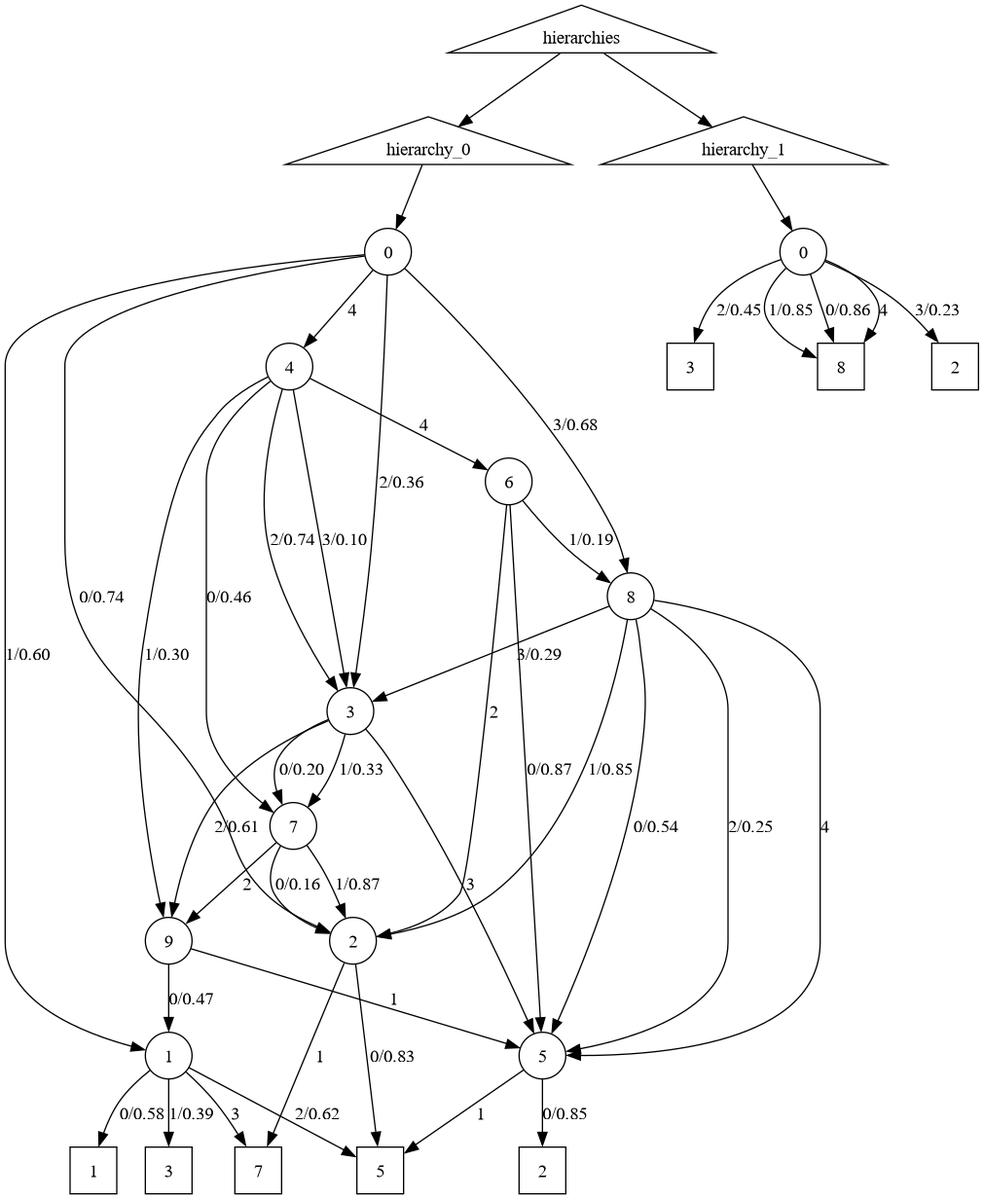
Earlier version of the Graphviz export work/causations.png (morphognosis/Mandala). Its source is kept beside it as work/causations.dot. Its diagram source:
```dot
digraph causations {
hierarchies [label="hierarchies", shape=triangle];
h0_t5 [label="5", shape=square];
h0_nt7 [label="7", shape=circle];
h0_nt1 [label="1", shape=circle];
h0_nt8 [label="8", shape=circle];
h0_nt6 [label="6", shape=circle];
h0_nt2 [label="2", shape=circle];
h0_nt0 [label="0", shape=circle];
h0_nt4 [label="4", shape=circle];
h0 [label="hierarchy_0", shape=triangle];
h0_t2 [label="2", shape=square];
h0_t1 [label="1", shape=square];
h0_nt3 [label="3", shape=circle];
h0_nt5 [label="5", shape=circle];
h0_t3 [label="3", shape=square];
h0_nt9 [label="9", shape=circle];
h0_t7 [label="7", shape=square];
h0_nt0 -> h0_nt2 [label="0/0.74"];
h0_nt1 -> h0_t3 [label="1/0.39"];
h0_nt1 -> h0_t7 [label="3"];
h0_nt0 -> h0_nt3 [label="2/0.36"];
h0_nt0 -> h0_nt1 [label="1/0.60"];
h0_nt5 -> h0_t5 [label="1"];
h0_nt0 -> h0_nt4 [label="4"];
h0_nt2 -> h0_t5 [label="0/0.83"];
h0_nt6 -> h0_nt5 [label="0/0.87"];
h0_nt8 -> h0_nt3 [label="3/0.29"];
h0_nt1 -> h0_t5 [label="2/0.62"];
h0_nt4 -> h0_nt6 [label="4"];
h0_nt2 -> h0_t7 [label="1"];
h0_nt3 -> h0_nt5 [label="3"];
h0_nt8 -> h0_nt5 [label="0/0.54"];
h0_nt8 -> h0_nt5 [label="2/0.25"];
h0_nt9 -> h0_nt1 [label="0/0.47"];
h0_nt4 -> h0_nt3 [label="3/0.10"];
h0_nt1 -> h0_t1 [label="0/0.58"];
h0_nt3 -> h0_nt9 [label="2/0.61"];
h0_nt4 -> h0_nt7 [label="0/0.46"];
h0_nt4 -> h0_nt9 [label="1/0.30"];
h0_nt7 -> h0_nt2 [label="1/0.87"];
h0_nt7 -> h0_nt2 [label="0/0.16"];
h0_nt8 -> h0_nt2 [label="1/0.85"];
h0_nt3 -> h0_nt7 [label="1/0.33"];
h0_nt8 -> h0_nt5 [label="4"];
h0_nt4 -> h0_nt3 [label="2/0.74"];
h0_nt9 -> h0_nt5 [label="1"];
h0_nt6 -> h0_nt2 [label="2"];
h0_nt6 -> h0_nt8 [label="1/0.19"];
h0 -> h0_nt0
h0_nt7 -> h0_nt9 [label="2"];
hierarchies -> h0
h0_nt5 -> h0_t2 [label="0/0.85"];
h0_nt3 -> h0_nt7 [label="0/0.20"];
h0_nt0 -> h0_nt8 [label="3/0.68"];
h1_nt0 [label="0", shape=circle];
h1_t3 [label="3", shape=square];
h1_t8 [label="8", shape=square];
h1_t2 [label="2", shape=square];
h1 [label="hierarchy_1", shape=triangle];
hierarchies -> h1
h1 -> h1_nt0
h1_nt0 -> h1_t8 [label="0/0.86"];
h1_nt0 -> h1_t2 [label="3/0.23"];
h1_nt0 -> h1_t8 [label="4"];
h1_nt0 -> h1_t8 [label="1/0.85"];
h1_nt0 -> h1_t3 [label="2/0.45"];
}
```
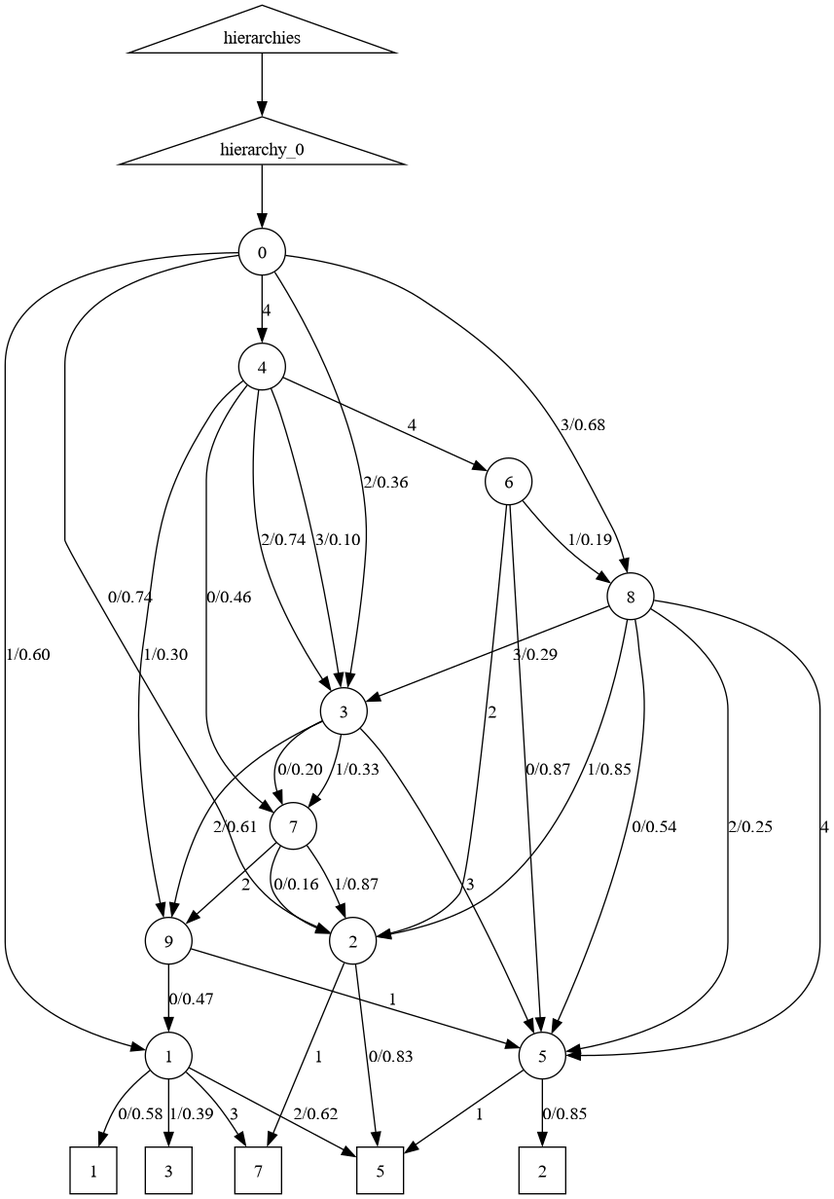
Above is the later version.

Change to the diagram source:
```diff
@@ -53,16 +53,4 @@
 h0_nt5 -> h0_t2 [label="0/0.85"];
 h0_nt3 -> h0_nt7 [label="0/0.20"];
 h0_nt0 -> h0_nt8 [label="3/0.68"];
-h1_nt0 [label="0", shape=circle];
-h1_t3 [label="3", shape=square];
-h1_t8 [label="8", shape=square];
-h1_t2 [label="2", shape=square];
-h1 [label="hierarchy_1", shape=triangle];
-hierarchies -> h1
-h1 -> h1_nt0
-h1_nt0 -> h1_t8 [label="0/0.86"];
-h1_nt0 -> h1_t2 [label="3/0.23"];
-h1_nt0 -> h1_t8 [label="4"];
-h1_nt0 -> h1_t8 [label="1/0.85"];
-h1_nt0 -> h1_t3 [label="2/0.45"];
 }
```
